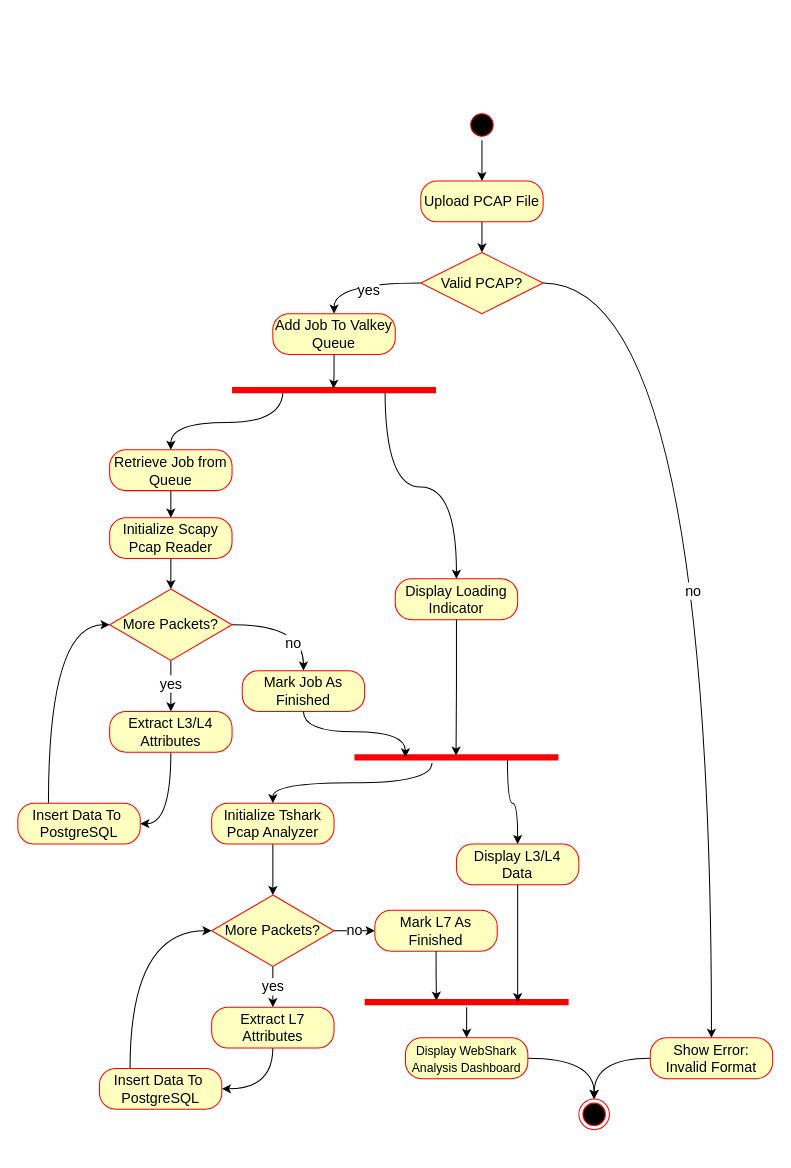
Before: doc/WebShark_Activity.drawio in Zabuelis/WebShark, a draw.io diagram. Source tidied: cells renumbered, new cells numbered last; positions are measured from the earlier drawing's top-left corner, leaving out a move shared by most shapes. Both pictures are drawn from the tidied source at 102%, with x=0, y=0 at pixel (17, 109).
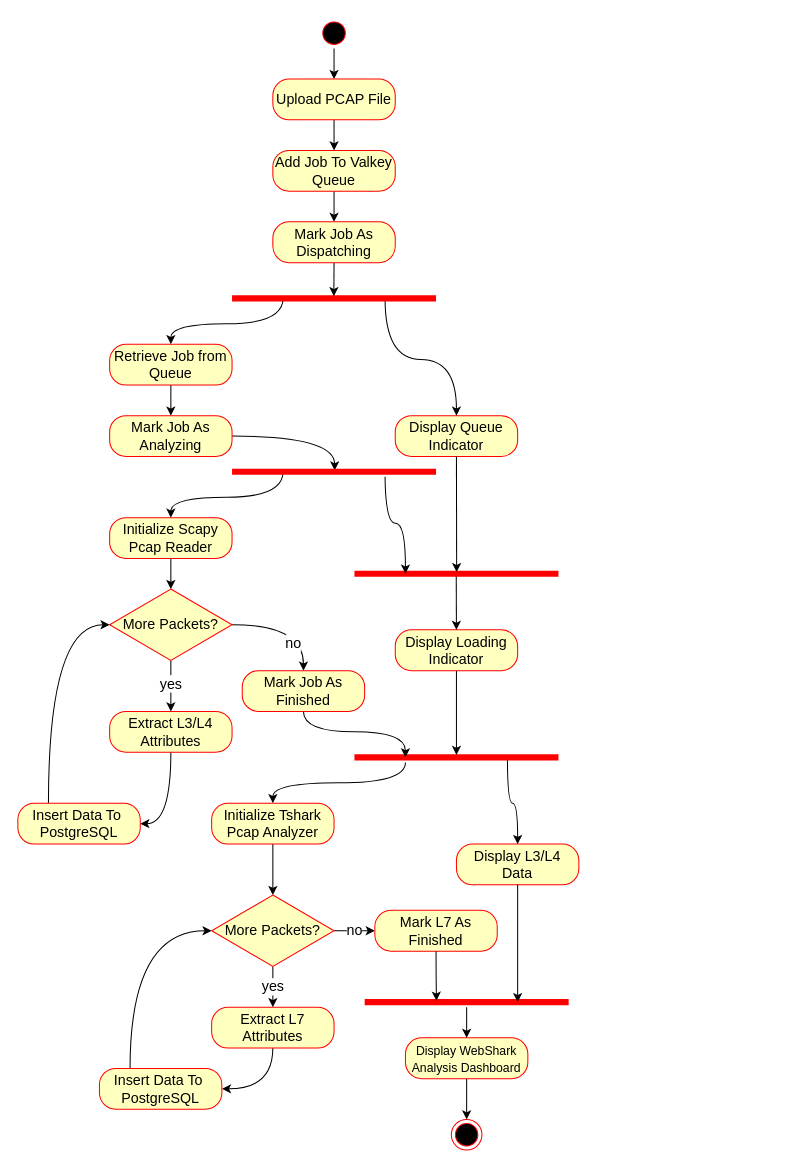
After the change.

Commit message (it also covers changes not shown here):
updated activity diagram

Unchanged cells that the change refers to:
```xml
<mxCell id="16" value="Display L3/L4 Data" style="rounded=1;whiteSpace=wrap;html=1;arcSize=40;fontColor=#000000;fillColor=#ffffc0;strokeColor=#ff0000;fontSize=14;" parent="1" vertex="1">
  <mxGeometry x="430" y="720" width="120" height="40" as="geometry" />
</mxCell>
<mxCell id="20" value="&lt;font style=&quot;font-size: 14px;&quot;&gt;Initialize Scapy Pcap Reader&lt;/font&gt;" style="rounded=1;whiteSpace=wrap;html=1;arcSize=40;fontColor=#000000;fillColor=#ffffc0;strokeColor=#ff0000;fontSize=14;" parent="1" vertex="1">
  <mxGeometry x="90" y="400" width="120" height="40" as="geometry" />
</mxCell>
<mxCell id="32" value="&lt;font style=&quot;font-size: 12px;&quot;&gt;Display WebShark Analysis Dashboard&lt;/font&gt;" style="rounded=1;whiteSpace=wrap;html=1;arcSize=40;fontColor=#000000;fillColor=#ffffc0;strokeColor=#ff0000;fontSize=14;" parent="1" vertex="1">
  <mxGeometry x="380" y="910" width="120" height="40" as="geometry" />
</mxCell>
<mxCell id="35" style="shape=line;html=1;strokeWidth=6;strokeColor=#ff0000;" parent="1" vertex="1">
  <mxGeometry x="330" y="630" width="200" height="10" as="geometry" />
</mxCell>
<mxCell id="43" value="&lt;font style=&quot;font-size: 14px;&quot;&gt;Initialize Tshark Pcap Analyzer&lt;/font&gt;" style="rounded=1;whiteSpace=wrap;html=1;arcSize=40;fontColor=#000000;fillColor=#ffffc0;strokeColor=#ff0000;fontSize=14;" parent="1" vertex="1">
  <mxGeometry x="190" y="680" width="120" height="40" as="geometry" />
</mxCell>
```

Change to the diagram source:
```diff
@@
-    <mxCell id="2" style="edgeStyle=orthogonalEdgeStyle;rounded=0;jettySize=auto;html=1;entryX=0.5;entryY=0;entryDx=0;entryDy=0;fontSize=14;" parent="1" edge="1" source="3" target="6">
+    <mxCell id="2" style="edgeStyle=orthogonalEdgeStyle;rounded=0;jettySize=auto;html=1;exitX=0.5;exitY=1;exitDx=0;exitDy=0;entryX=0.5;entryY=0;entryDx=0;entryDy=0;" parent="1" edge="1" source="3" target="6">
       <mxGeometry relative="1" as="geometry" />
     </mxCell>
     <mxCell id="3" style="ellipse;html=1;shape=startState;fillColor=#000000;strokeColor=#ff0000;fontSize=14;" parent="1" vertex="1">
-      <mxGeometry x="440" width="30" height="30" as="geometry" />
+      <mxGeometry x="295" y="-90" width="30" height="30" as="geometry" />
     </mxCell>
     <mxCell id="4" style="ellipse;html=1;shape=endState;fillColor=#000000;strokeColor=#ff0000;fontSize=14;" parent="1" vertex="1">
-      <mxGeometry x="550" y="970" width="30" height="30" as="geometry" />
+      <mxGeometry x="425" y="990" width="30" height="30" as="geometry" />
     </mxCell>
-    <mxCell id="5" style="edgeStyle=orthogonalEdgeStyle;rounded=0;jettySize=auto;html=1;entryX=0.5;entryY=0;entryDx=0;entryDy=0;fontSize=14;" parent="1" edge="1" source="6" target="11">
-      <mxGeometry relative="1" as="geometry" />
-    </mxCell>
+    <mxCell id="56" style="edgeStyle=orthogonalEdgeStyle;rounded=0;jettySize=auto;html=1;exitX=0.5;exitY=1;exitDx=0;exitDy=0;entryX=0.5;entryY=0;entryDx=0;entryDy=0;" parent="1" edge="1" source="6" target="14">
+      <mxGeometry relative="1" as="geometry" />
+    </mxCell>
     <mxCell id="6" value="Upload PCAP File" style="rounded=1;whiteSpace=wrap;html=1;arcSize=40;fontColor=#000000;fillColor=#ffffc0;strokeColor=#ff0000;fontSize=14;" parent="1" vertex="1">
-      <mxGeometry x="395" y="70" width="120" height="40" as="geometry" />
+      <mxGeometry x="250" y="-30" width="120" height="40" as="geometry" />
     </mxCell>
-    <mxCell id="7" style="edgeStyle=orthogonalEdgeStyle;rounded=0;jettySize=auto;html=1;entryX=0.5;entryY=0;entryDx=0;entryDy=0;curved=1;fontSize=14;" parent="1" edge="1" source="11" target="13">
-      <mxGeometry relative="1" as="geometry" />
-    </mxCell>
-    <mxCell id="8" value="no" style="edgeLabel;html=1;align=center;verticalAlign=middle;fontSize=14;" parent="7" vertex="1">
-      <mxGeometry x="0.03" y="-19" relative="1" as="geometry" />
-    </mxCell>
-    <mxCell id="9" style="edgeStyle=orthogonalEdgeStyle;rounded=0;jettySize=auto;html=1;exitX=0;exitY=0.5;exitDx=0;exitDy=0;entryX=0.5;entryY=0;entryDx=0;entryDy=0;curved=1;" parent="1" edge="1" source="11" target="14">
-      <mxGeometry relative="1" as="geometry" />
-    </mxCell>
-    <mxCell id="10" value="yes" style="edgeLabel;html=1;align=center;verticalAlign=middle;fontSize=14;" parent="9" vertex="1">
-      <mxGeometry x="-0.09" y="6" relative="1" as="geometry" />
-    </mxCell>
-    <mxCell id="11" value="Valid PCAP?" style="rhombus;whiteSpace=wrap;html=1;fontColor=#000000;fillColor=#ffffc0;strokeColor=#ff0000;fontSize=14;" parent="1" vertex="1">
-      <mxGeometry x="395" y="140" width="120" height="60" as="geometry" />
-    </mxCell>
-    <mxCell id="12" style="edgeStyle=orthogonalEdgeStyle;rounded=0;jettySize=auto;html=1;entryX=0.5;entryY=0;entryDx=0;entryDy=0;curved=1;fontSize=14;" parent="1" edge="1" source="13" target="4">
-      <mxGeometry relative="1" as="geometry" />
-    </mxCell>
-    <mxCell id="13" value="Show Error: Invalid Format" style="rounded=1;whiteSpace=wrap;html=1;arcSize=40;fontColor=#000000;fillColor=#ffffc0;strokeColor=#ff0000;fontSize=14;" parent="1" vertex="1">
-      <mxGeometry x="620" y="910" width="120" height="40" as="geometry" />
-    </mxCell>
+    <mxCell id="57" style="edgeStyle=orthogonalEdgeStyle;rounded=0;jettySize=auto;html=1;exitX=0.5;exitY=1;exitDx=0;exitDy=0;entryX=0.5;entryY=0;entryDx=0;entryDy=0;" parent="1" edge="1" source="14" target="62">
+      <mxGeometry relative="1" as="geometry" />
+    </mxCell>
     <mxCell id="14" value="Add Job To Valkey Queue" style="rounded=1;whiteSpace=wrap;html=1;arcSize=40;fontColor=#000000;fillColor=#ffffc0;strokeColor=#ff0000;fontSize=14;" parent="1" vertex="1">
-      <mxGeometry x="250" y="200" width="120" height="40" as="geometry" />
+      <mxGeometry x="250" y="40" width="120" height="40" as="geometry" />
     </mxCell>
-    <mxCell id="15" value="Display Loading Indicator" style="rounded=1;whiteSpace=wrap;html=1;arcSize=40;fontColor=#000000;fillColor=#ffffc0;strokeColor=#ff0000;fontSize=14;" parent="1" vertex="1">
-      <mxGeometry x="370" y="460" width="120" height="40" as="geometry" />
+    <mxCell id="15" value="Display Queue Indicator" style="rounded=1;whiteSpace=wrap;html=1;arcSize=40;fontColor=#000000;fillColor=#ffffc0;strokeColor=#ff0000;fontSize=14;" parent="1" vertex="1">
+      <mxGeometry x="370" y="300" width="120" height="40" as="geometry" />
     </mxCell>
@@
-    <mxCell id="17" style="edgeStyle=orthogonalEdgeStyle;rounded=0;jettySize=auto;html=1;entryX=0.5;entryY=0;entryDx=0;entryDy=0;curved=1;fontSize=14;" parent="1" edge="1" source="18" target="20">
-      <mxGeometry relative="1" as="geometry" />
-    </mxCell>
+    <mxCell id="58" style="edgeStyle=orthogonalEdgeStyle;rounded=0;jettySize=auto;html=1;exitX=0.5;exitY=1;exitDx=0;exitDy=0;entryX=0.5;entryY=0;entryDx=0;entryDy=0;" parent="1" edge="1" source="18" target="60">
+      <mxGeometry relative="1" as="geometry" />
+    </mxCell>
     <mxCell id="18" value="Retrieve Job from Queue" style="rounded=1;whiteSpace=wrap;html=1;arcSize=40;fontColor=#000000;fillColor=#ffffc0;strokeColor=#ff0000;fontSize=14;" parent="1" vertex="1">
-      <mxGeometry x="90" y="333.5" width="120" height="40" as="geometry" />
+      <mxGeometry x="90" y="230" width="120" height="40" as="geometry" />
     </mxCell>
@@
-    <mxCell id="31" style="edgeStyle=orthogonalEdgeStyle;rounded=0;jettySize=auto;html=1;entryX=0.5;entryY=0;entryDx=0;entryDy=0;curved=1;fontSize=14;" parent="1" edge="1" source="32" target="4">
+    <mxCell id="31" style="edgeStyle=orthogonalEdgeStyle;rounded=0;jettySize=auto;html=1;exitX=0.5;exitY=1;exitDx=0;exitDy=0;entryX=0.5;entryY=0;entryDx=0;entryDy=0;" parent="1" edge="1" source="32" target="4">
       <mxGeometry relative="1" as="geometry" />
     </mxCell>
@@
+    <mxCell id="34" style="edgeStyle=orthogonalEdgeStyle;rounded=0;jettySize=auto;html=1;exitX=0.75;exitY=0.5;exitDx=0;exitDy=0;exitPerimeter=0;entryX=0.5;entryY=0;entryDx=0;entryDy=0;curved=1;" parent="1" edge="1" source="35" target="16">
+      <mxGeometry relative="1" as="geometry" />
+    </mxCell>
-    <mxCell id="33" style="edgeStyle=orthogonalEdgeStyle;rounded=0;jettySize=auto;html=1;exitX=0.38;exitY=1.05;exitDx=0;exitDy=0;exitPerimeter=0;entryX=0.5;entryY=0;entryDx=0;entryDy=0;curved=1;" parent="1" edge="1" source="35" target="43">
+    <mxCell id="33" style="edgeStyle=orthogonalEdgeStyle;rounded=0;jettySize=auto;html=1;entryX=0.5;entryY=0;entryDx=0;entryDy=0;curved=1;exitX=0.25;exitY=1;exitDx=0;exitDy=0;exitPerimeter=0;" parent="1" edge="1" source="35" target="43">
       <mxGeometry relative="1" as="geometry" />
     </mxCell>
-    <mxCell id="34" style="edgeStyle=orthogonalEdgeStyle;rounded=0;jettySize=auto;html=1;exitX=0.75;exitY=0.5;exitDx=0;exitDy=0;exitPerimeter=0;entryX=0.5;entryY=0;entryDx=0;entryDy=0;curved=1;" parent="1" edge="1" source="35" target="16">
-      <mxGeometry relative="1" as="geometry" />
-    </mxCell>
@@
     <mxCell id="39" style="shape=line;html=1;strokeWidth=6;strokeColor=#ff0000;" parent="1" vertex="1">
-      <mxGeometry x="210" y="270" width="200" height="10" as="geometry" />
+      <mxGeometry x="210" y="180" width="200" height="10" as="geometry" />
     </mxCell>
-    <mxCell id="40" style="edgeStyle=orthogonalEdgeStyle;rounded=0;jettySize=auto;html=1;entryX=0.497;entryY=0.353;entryDx=0;entryDy=0;entryPerimeter=0;" parent="1" edge="1" source="14" target="39">
-      <mxGeometry relative="1" as="geometry" />
-    </mxCell>
-    <mxCell id="41" style="edgeStyle=orthogonalEdgeStyle;rounded=0;jettySize=auto;html=1;entryX=0.498;entryY=0.332;entryDx=0;entryDy=0;entryPerimeter=0;" parent="1" edge="1" source="15" target="35">
-      <mxGeometry relative="1" as="geometry" />
-    </mxCell>
@@
+    <mxCell id="59" style="edgeStyle=orthogonalEdgeStyle;rounded=0;jettySize=auto;html=1;exitX=1;exitY=0.5;exitDx=0;exitDy=0;curved=1;entryX=0.503;entryY=0.373;entryDx=0;entryDy=0;entryPerimeter=0;" parent="1" edge="1" source="60" target="69">
+      <mxGeometry relative="1" as="geometry" />
+    </mxCell>
+    <mxCell id="60" value="Mark Job As Analyzing" style="rounded=1;whiteSpace=wrap;html=1;arcSize=40;fontColor=#000000;fillColor=#ffffc0;strokeColor=#ff0000;fontSize=14;" parent="1" vertex="1">
+      <mxGeometry x="90" y="300" width="120" height="40" as="geometry" />
+    </mxCell>
+    <mxCell id="61" style="edgeStyle=orthogonalEdgeStyle;rounded=0;jettySize=auto;html=1;exitX=0.5;exitY=1;exitDx=0;exitDy=0;entryX=0.499;entryY=0.29;entryDx=0;entryDy=0;entryPerimeter=0;" parent="1" edge="1" source="62" target="39">
+      <mxGeometry relative="1" as="geometry" />
+    </mxCell>
+    <mxCell id="62" value="Mark Job As Dispatching" style="rounded=1;whiteSpace=wrap;html=1;arcSize=40;fontColor=#000000;fillColor=#ffffc0;strokeColor=#ff0000;fontSize=14;" parent="1" vertex="1">
+      <mxGeometry x="250" y="110" width="120" height="40" as="geometry" />
+    </mxCell>
+    <mxCell id="63" style="edgeStyle=orthogonalEdgeStyle;rounded=0;jettySize=auto;html=1;exitX=0.5;exitY=1;exitDx=0;exitDy=0;entryX=0.5;entryY=0.261;entryDx=0;entryDy=0;entryPerimeter=0;" parent="1" edge="1" source="64" target="35">
+      <mxGeometry relative="1" as="geometry" />
+    </mxCell>
+    <mxCell id="64" value="Display Loading Indicator" style="rounded=1;whiteSpace=wrap;html=1;arcSize=40;fontColor=#000000;fillColor=#ffffc0;strokeColor=#ff0000;fontSize=14;" parent="1" vertex="1">
+      <mxGeometry x="370" y="510" width="120" height="40" as="geometry" />
+    </mxCell>
+    <mxCell id="65" style="edgeStyle=orthogonalEdgeStyle;rounded=0;jettySize=auto;html=1;entryX=0.5;entryY=0;entryDx=0;entryDy=0;exitX=0.499;exitY=0.706;exitDx=0;exitDy=0;exitPerimeter=0;curved=1;" parent="1" edge="1" source="66" target="64">
+      <mxGeometry relative="1" as="geometry" />
+    </mxCell>
+    <mxCell id="66" style="shape=line;html=1;strokeWidth=6;strokeColor=#ff0000;" parent="1" vertex="1">
+      <mxGeometry x="330" y="450" width="200" height="10" as="geometry" />
+    </mxCell>
+    <mxCell id="67" style="edgeStyle=orthogonalEdgeStyle;rounded=0;jettySize=auto;html=1;entryX=0.501;entryY=0.339;entryDx=0;entryDy=0;entryPerimeter=0;curved=1;" parent="1" edge="1" source="15" target="66">
+      <mxGeometry relative="1" as="geometry" />
+    </mxCell>
+    <mxCell id="68" style="edgeStyle=orthogonalEdgeStyle;rounded=0;jettySize=auto;html=1;exitX=0.25;exitY=0.5;exitDx=0;exitDy=0;exitPerimeter=0;entryX=0.5;entryY=0;entryDx=0;entryDy=0;curved=1;" parent="1" edge="1" source="69" target="20">
+      <mxGeometry relative="1" as="geometry" />
+    </mxCell>
+    <mxCell id="69" style="shape=line;html=1;strokeWidth=6;strokeColor=#ff0000;" parent="1" vertex="1">
+      <mxGeometry x="210" y="350" width="200" height="10" as="geometry" />
+    </mxCell>
+    <mxCell id="70" style="edgeStyle=orthogonalEdgeStyle;rounded=0;jettySize=auto;html=1;entryX=0.25;entryY=0.5;entryDx=0;entryDy=0;entryPerimeter=0;curved=1;" parent="1" edge="1" target="66">
+      <mxGeometry relative="1" as="geometry">
+        <mxPoint x="360" y="360" as="sourcePoint" />
+      </mxGeometry>
+    </mxCell>
```
